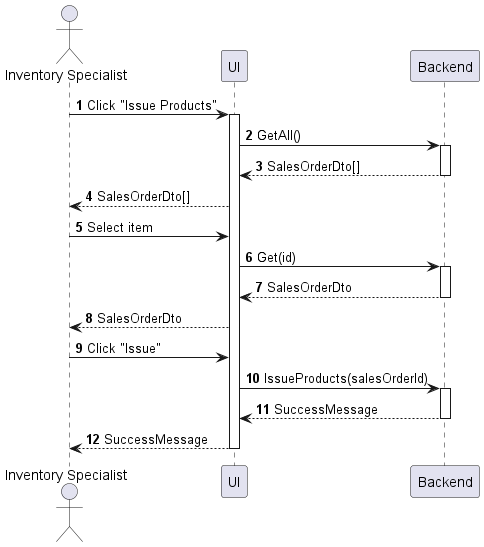
Earlier version of the PlantUML export sequences/inventory-product-issue.png (phihungha/scmss-reqs). The source it was exported from:
```plantuml
@startuml inventory-product-issue
autonumber

actor "Inventory Specialist" as a
participant UI as f
participant Backend as b

a -> f : Click "Issue Products"
activate f
f -> b : GetAll()
activate b
return SalesOrderDto[]
f --> a : SalesOrderDto[]
a -> f : Select item
f -> b : Get(id)
activate b
return SalesOrderDto
f --> a : SalesOrderDto
a -> f : Click "Issue"
f -> b : IssueProducts(salesOrderId)
activate b
return SuccessMessage
return SuccessMessage
@enduml
```
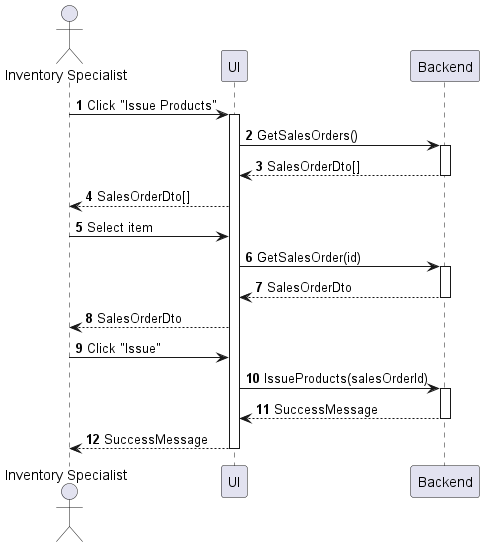
The same file after the commit.

Change to the diagram source:
```diff
@@ -7,12 +7,12 @@
 
 a -> f : Click "Issue Products"
 activate f
-f -> b : GetAll()
+f -> b : GetSalesOrders()
 activate b
 return SalesOrderDto[]
 f --> a : SalesOrderDto[]
 a -> f : Select item
-f -> b : Get(id)
+f -> b : GetSalesOrder(id)
 activate b
 return SalesOrderDto
 f --> a : SalesOrderDto
```
